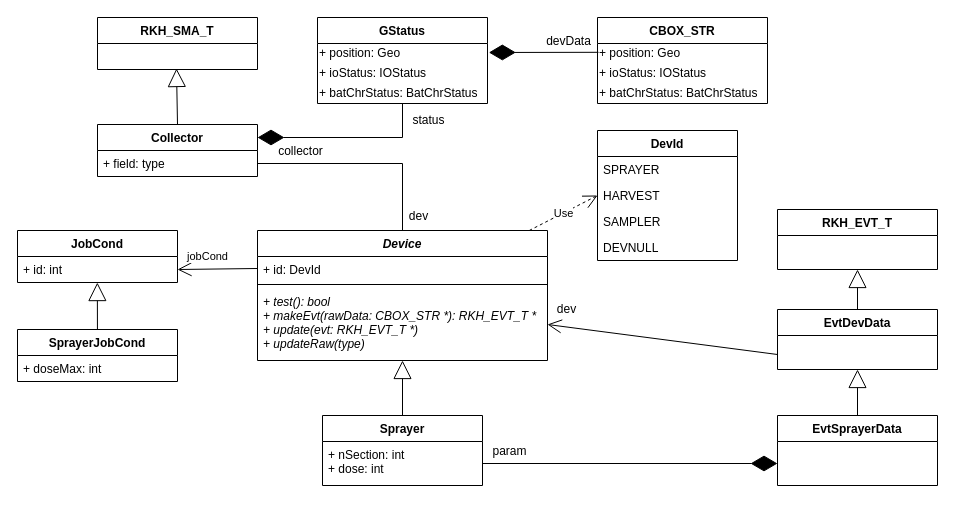
Earlier version of the draw.io diagram page "Structure" (4 of 4) of models/structure-interaction/collector.drawio (vortexmakes/AgroIoT). Source tidied: cells renumbered, new cells numbered last; positions are measured from the earlier drawing's top-left corner, leaving out a move shared by most shapes. Both pictures are drawn from the tidied source at 100%, with x=0, y=0 at pixel (17, 17).
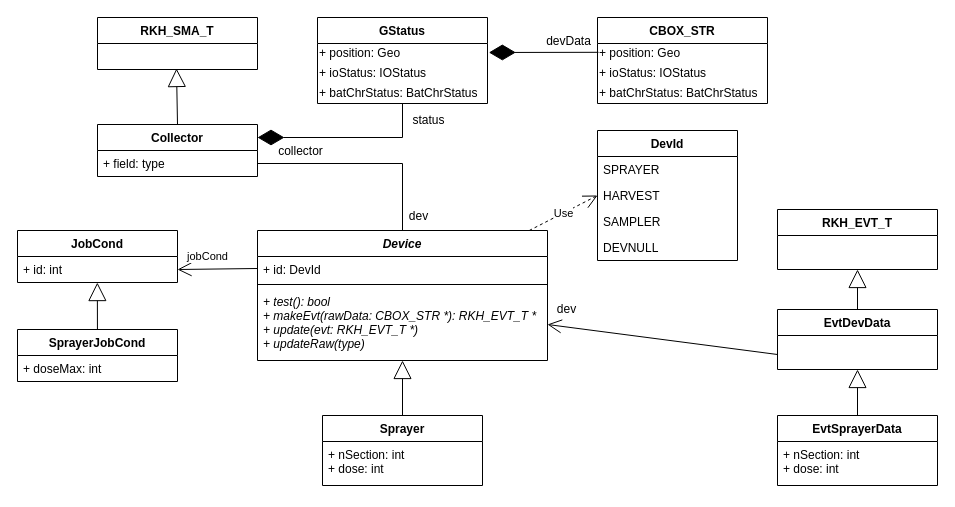
The same diagram, later.

The change refers to these unchanged cells:
```xml
<mxCell id="3" value="+ nSection: int&#10;+ dose: int" style="text;strokeColor=none;fillColor=none;align=left;verticalAlign=top;spacingLeft=4;spacingRight=4;overflow=hidden;points=[[0,0.5],[1,0.5]];portConstraint=eastwest;" parent="2" vertex="1">
  <mxGeometry y="26" width="160" height="44" as="geometry" />
</mxCell>
<mxCell id="6" value="EvtDevData" style="swimlane;fontStyle=1;align=center;verticalAlign=top;horizontal=1;startSize=26;" parent="1" vertex="1">
  <mxGeometry x="760" y="292" width="160" height="60" as="geometry" />
</mxCell>
```

The edit, as a diff of the source:
```diff
@@
-    <mxCell id="5" value="EvtSprayerData" style="swimlane;fontStyle=1;align=center;verticalAlign=top;horizontal=1;startSize=26;" parent="1" vertex="1">
-      <mxGeometry x="760" y="398" width="160" height="70" as="geometry" />
-    </mxCell>
@@
-    <mxCell id="7" style="endArrow=block;endSize=16;endFill=0;html=1;entryX=0.5;entryY=1;entryDx=0;entryDy=0;" parent="1" edge="1" source="5" target="6">
+    <mxCell id="7" style="endArrow=block;endSize=16;endFill=0;html=1;entryX=0.5;entryY=1;entryDx=0;entryDy=0;exitX=0.5;exitY=0;exitDx=0;exitDy=0;" parent="1" edge="1" source="5" target="6">
       <mxGeometry relative="1" as="geometry" />
     </mxCell>
@@
-    <mxCell id="12" style="endArrow=diamondThin;endFill=1;endSize=24;html=1;entryX=0;entryY=0.5;entryDx=0;entryDy=0;" parent="1" edge="1" source="3">
-      <mxGeometry relative="1" as="geometry">
-        <mxPoint x="760" y="446" as="targetPoint" />
-      </mxGeometry>
-    </mxCell>
-    <mxCell id="13" value="param" style="text;html=1;align=center;verticalAlign=middle;labelBackgroundColor=#ffffff;" parent="12" vertex="1">
-      <mxGeometry x="0.68" y="-3" relative="1" as="geometry">
-        <mxPoint x="-222" y="-16" as="offset" />
-      </mxGeometry>
-    </mxCell>
@@
+    <mxCell id="5" value="EvtSprayerData" style="swimlane;fontStyle=1;align=center;verticalAlign=top;horizontal=1;startSize=26;" parent="1" vertex="1">
+      <mxGeometry x="760" y="398" width="160" height="70" as="geometry" />
+    </mxCell>
+    <mxCell id="49" value="+ nSection: int&#10;+ dose: int" style="text;strokeColor=none;fillColor=none;align=left;verticalAlign=top;spacingLeft=4;spacingRight=4;overflow=hidden;" parent="5" vertex="1">
+      <mxGeometry y="26" width="160" height="44" as="geometry" />
+    </mxCell>
```
